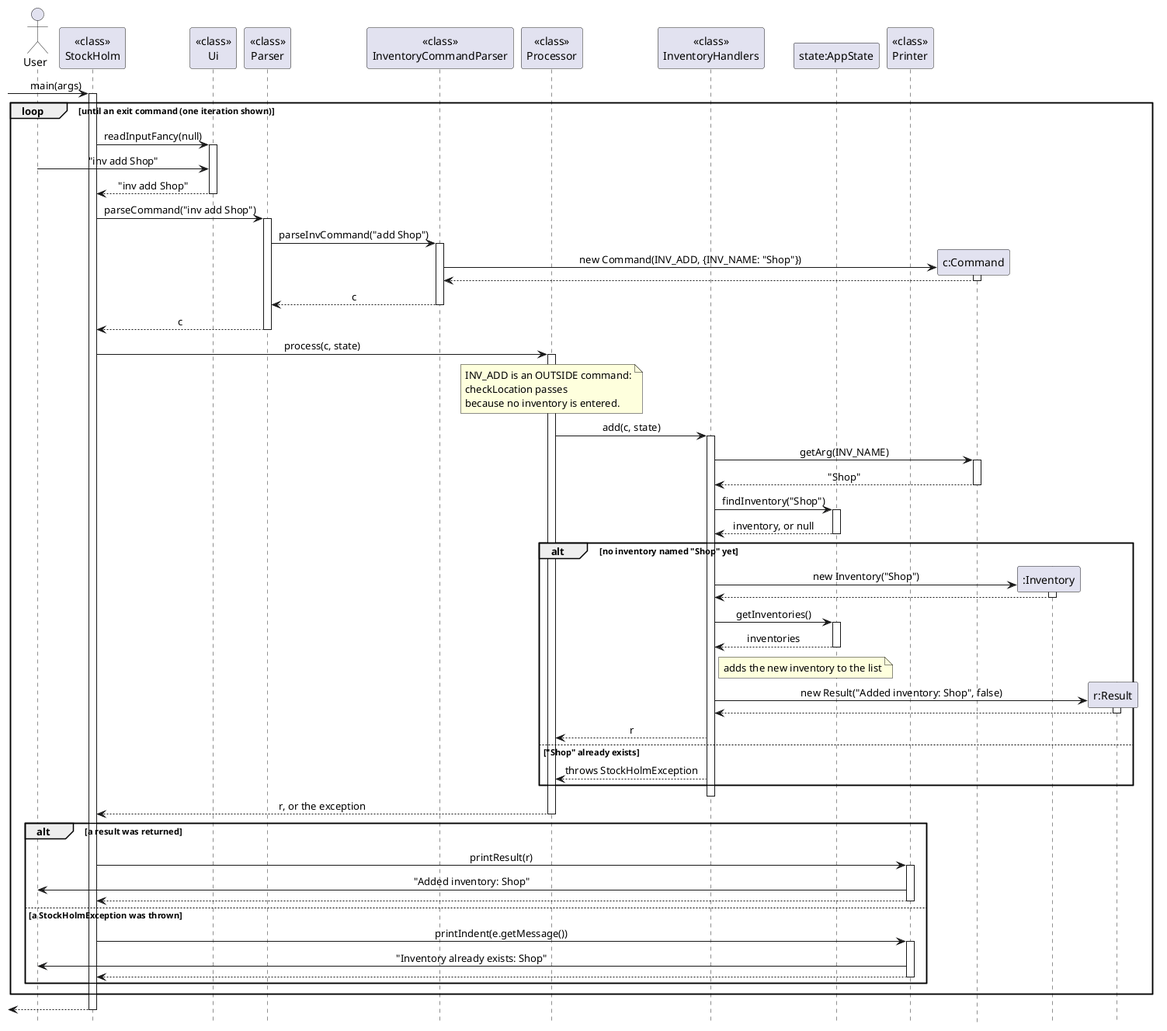
The PlantUML diagram docs/images/InvAddSequence.png in AY2627S1-CS2113-W14-4/tp, before a commit.
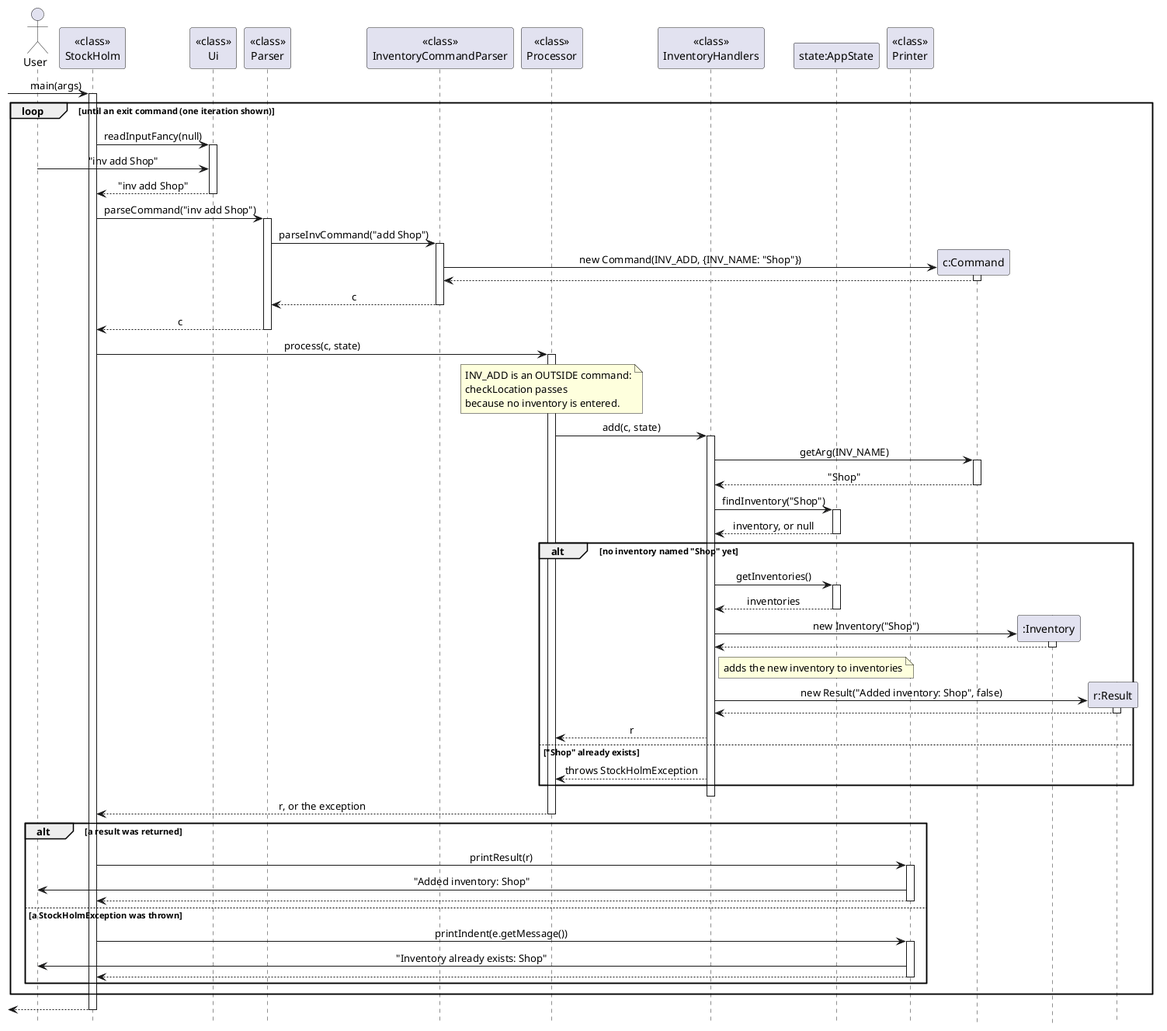
After the change.

Commit message:
Get inventory list before creating inventory in inv add diagram

What changed in the source:
```diff
@@ -54,16 +54,16 @@
     deactivate State
 
     alt no inventory named "Shop" yet
+        Handlers -> State : getInventories()
+        activate State
+        State --> Handlers : inventories
+        deactivate State
         create participant ":Inventory" as Inv
         Handlers -> Inv : new Inventory("Shop")
         activate Inv
         Inv --> Handlers
         deactivate Inv
-        Handlers -> State : getInventories()
-        activate State
-        State --> Handlers : inventories
-        deactivate State
-        note right of Handlers : adds the new inventory to the list
+        note right of Handlers : adds the new inventory to inventories
         create participant "r:Result" as Res
         Handlers -> Res : new Result("Added inventory: Shop", false)
         activate Res
```
